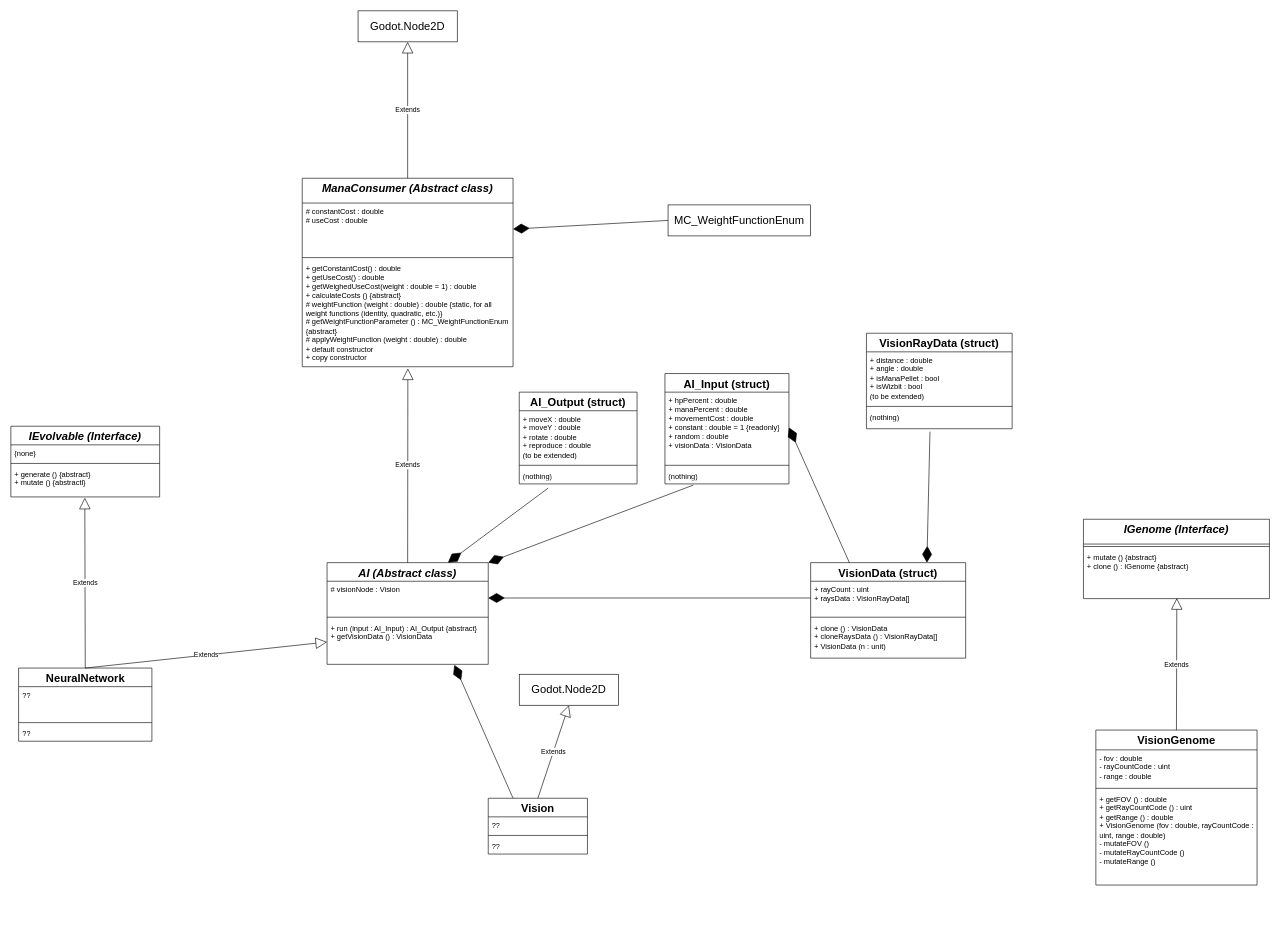
Above: project_structure/ai.drawio in anastasia-stefanescu/MagicEvolution (draw.io), before the change. Source tidied: cells renumbered, new cells numbered last; positions are measured from the earlier drawing's top-left corner, leaving out a move shared by most shapes. Both pictures are drawn from the tidied source at 62%, with x=0, y=0 at pixel (11, 11).
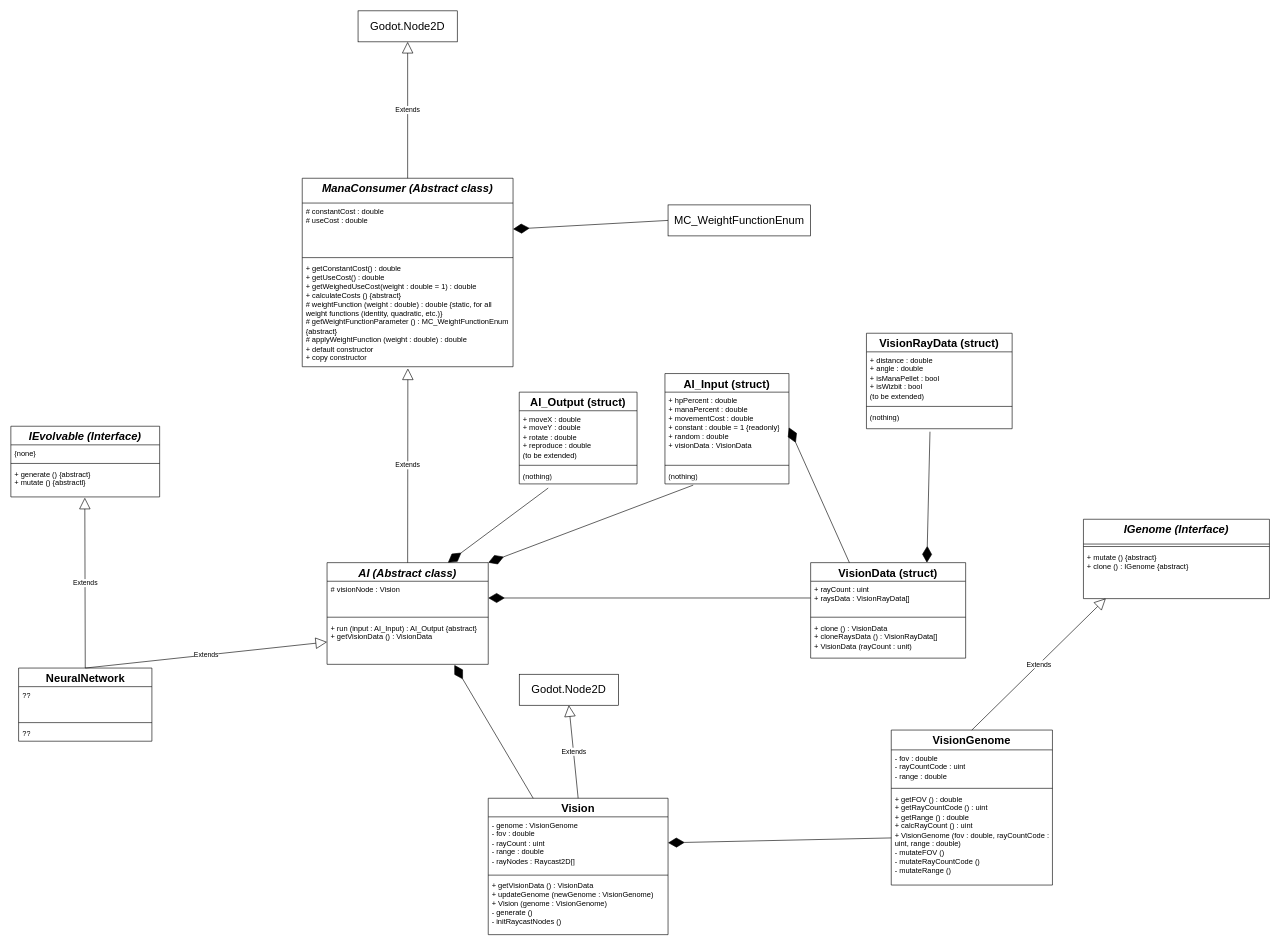
Above is the later version.

Commit message (it also covers changes not shown here):
Updated VisionData constructor and centralized vision's rayCountCode to rayCount conversion in VisionGenome.calcRayCount()

The change refers to these unchanged cells:
```xml
<mxCell id="4" value="&lt;div&gt;&lt;span style=&quot;background-color: initial;&quot;&gt;+ mutate () {abstract}&lt;/span&gt;&lt;br&gt;&lt;/div&gt;&lt;div&gt;&lt;span style=&quot;background-color: initial;&quot;&gt;+ clone () : IGenome {abstract}&lt;/span&gt;&lt;/div&gt;" style="text;strokeColor=none;fillColor=none;align=left;verticalAlign=top;spacingLeft=4;spacingRight=4;overflow=hidden;points=[[0,0.5],[1,0.5]];portConstraint=eastwest;whiteSpace=wrap;html=1;" parent="2" vertex="1">
  <mxGeometry y="48" width="300" height="80" as="geometry" />
</mxCell>
<mxCell id="26" value="&lt;font style=&quot;font-size: 18px;&quot;&gt;VisionData (struct)&lt;/font&gt;" style="swimlane;fontStyle=1;align=center;verticalAlign=top;horizontal=1;startSize=30;whiteSpace=wrap;html=1;" parent="1" vertex="1">
  <mxGeometry x="1290" y="890" width="250" height="154" as="geometry" />
</mxCell>
```

What changed in the source:
```diff
@@
-    <mxCell id="29" value="+ clone () : VisionData&lt;div&gt;+ cloneRaysData () : VisionRayData[]&lt;/div&gt;&lt;div&gt;+ VisionData (n : unit)&lt;/div&gt;" style="text;strokeColor=none;fillColor=none;align=left;verticalAlign=top;spacingLeft=4;spacingRight=4;overflow=hidden;whiteSpace=wrap;html=1;" parent="26" vertex="1">
+    <mxCell id="29" value="+ clone () : VisionData&lt;div&gt;+ cloneRaysData () : VisionRayData[]&lt;/div&gt;&lt;div&gt;+ VisionData (rayCount : unit)&lt;/div&gt;" style="text;strokeColor=none;fillColor=none;align=left;verticalAlign=top;spacingLeft=4;spacingRight=4;overflow=hidden;whiteSpace=wrap;html=1;" parent="26" vertex="1">
       <mxGeometry y="92" width="250" height="62" as="geometry" />
     </mxCell>
@@
     <mxCell id="46" value="&lt;font style=&quot;font-size: 18px;&quot;&gt;Vision&lt;/font&gt;" style="swimlane;fontStyle=1;align=center;verticalAlign=top;horizontal=1;startSize=30;whiteSpace=wrap;html=1;" parent="1" vertex="1">
-      <mxGeometry x="770" y="1270" width="160" height="90" as="geometry" />
+      <mxGeometry x="770" y="1270" width="290" height="220" as="geometry" />
     </mxCell>
-    <mxCell id="47" value="??" style="text;strokeColor=none;fillColor=none;align=left;verticalAlign=top;spacingLeft=4;spacingRight=4;overflow=hidden;points=[[0,0.5],[1,0.5]];portConstraint=eastwest;whiteSpace=wrap;html=1;" parent="46" vertex="1">
-      <mxGeometry y="30" width="160" height="26" as="geometry" />
+    <mxCell id="47" value="- genome : VisionGenome&lt;div&gt;- fov : double&lt;/div&gt;&lt;div&gt;- rayCount : uint&lt;/div&gt;&lt;div&gt;- range : double&lt;/div&gt;&lt;div&gt;- rayNodes : Raycast2D[]&lt;/div&gt;" style="text;strokeColor=none;fillColor=none;align=left;verticalAlign=top;spacingLeft=4;spacingRight=4;overflow=hidden;points=[[0,0.5],[1,0.5]];portConstraint=eastwest;whiteSpace=wrap;html=1;" parent="46" vertex="1">
+      <mxGeometry y="30" width="290" height="90" as="geometry" />
     </mxCell>
     <mxCell id="48" style="line;strokeWidth=1;fillColor=none;align=left;verticalAlign=middle;spacingTop=-1;spacingLeft=3;spacingRight=3;labelPosition=right;strokeColor=inherit;" parent="46" vertex="1">
-      <mxGeometry y="56" width="160" height="8" as="geometry" />
+      <mxGeometry y="120" width="290" height="8" as="geometry" />
     </mxCell>
-    <mxCell id="49" value="??" style="text;strokeColor=none;fillColor=none;align=left;verticalAlign=top;spacingLeft=4;spacingRight=4;overflow=hidden;whiteSpace=wrap;html=1;" parent="46" vertex="1">
-      <mxGeometry y="64" width="160" height="26" as="geometry" />
+    <mxCell id="49" value="+ getVisionData () : VisionData&lt;div&gt;+ updateGenome (newGenome : VisionGenome)&lt;/div&gt;&lt;div&gt;+ Vision (genome : VisionGenome)&lt;/div&gt;&lt;div&gt;- generate ()&lt;/div&gt;&lt;div&gt;- initRaycastNodes ()&lt;/div&gt;" style="text;strokeColor=none;fillColor=none;align=left;verticalAlign=top;spacingLeft=4;spacingRight=4;overflow=hidden;whiteSpace=wrap;html=1;" parent="46" vertex="1">
+      <mxGeometry y="128" width="290" height="92" as="geometry" />
     </mxCell>
@@
     <mxCell id="53" value="&lt;font style=&quot;font-size: 18px;&quot;&gt;VisionGenome&lt;/font&gt;" style="swimlane;fontStyle=1;align=center;verticalAlign=top;horizontal=1;startSize=32;whiteSpace=wrap;html=1;" parent="1" vertex="1">
-      <mxGeometry x="1750" y="1160" width="260" height="250" as="geometry" />
+      <mxGeometry x="1420" y="1160" width="260" height="250" as="geometry" />
     </mxCell>
@@
-    <mxCell id="56" value="+ getFOV () : double&lt;div&gt;+ getRayCountCode () : uint&lt;/div&gt;&lt;div&gt;+ getRange () : double&lt;/div&gt;&lt;div&gt;+ VisionGenome (fov : double, rayCountCode : uint, range : double)&lt;/div&gt;&lt;div&gt;- mutateFOV ()&lt;/div&gt;&lt;div&gt;- mutateRayCountCode ()&lt;/div&gt;&lt;div&gt;- mutateRange ()&lt;/div&gt;" style="text;strokeColor=none;fillColor=none;align=left;verticalAlign=top;spacingLeft=4;spacingRight=4;overflow=hidden;points=[[0,0.5],[1,0.5]];portConstraint=eastwest;whiteSpace=wrap;html=1;" parent="53" vertex="1">
+    <mxCell id="56" value="+ getFOV () : double&lt;div&gt;+ getRayCountCode () : uint&lt;/div&gt;&lt;div&gt;+ getRange () : double&lt;/div&gt;&lt;div&gt;+ calcRayCount () : uint&lt;/div&gt;&lt;div&gt;+ VisionGenome (fov : double, rayCountCode : uint, range : double)&lt;/div&gt;&lt;div&gt;- mutateFOV ()&lt;/div&gt;&lt;div&gt;- mutateRayCountCode ()&lt;/div&gt;&lt;div&gt;- mutateRange ()&lt;/div&gt;" style="text;strokeColor=none;fillColor=none;align=left;verticalAlign=top;spacingLeft=4;spacingRight=4;overflow=hidden;points=[[0,0.5],[1,0.5]];portConstraint=eastwest;whiteSpace=wrap;html=1;" parent="53" vertex="1">
       <mxGeometry y="98" width="260" height="152" as="geometry" />
     </mxCell>
-    <mxCell id="57" value="Extends" style="endArrow=block;endSize=16;endFill=0;html=1;rounded=0;entryX=0.502;entryY=0.99;entryDx=0;entryDy=0;exitX=0.5;exitY=0;exitDx=0;exitDy=0;entryPerimeter=0;" parent="1" edge="1" source="53" target="4">
+    <mxCell id="57" value="Extends" style="endArrow=block;endSize=16;endFill=0;html=1;rounded=0;exitX=0.5;exitY=0;exitDx=0;exitDy=0;entryX=0.12;entryY=0.997;entryDx=0;entryDy=0;entryPerimeter=0;" parent="1" edge="1" source="53" target="4">
       <mxGeometry relative="1" as="geometry" />
     </mxCell>
@@
+    <mxCell id="61" style="endArrow=diamondThin;endFill=1;endSize=24;html=1;rounded=0;exitX=0;exitY=0.5;exitDx=0;exitDy=0;" parent="1" edge="1" source="56" target="47">
+      <mxGeometry relative="1" as="geometry" />
+    </mxCell>
```
